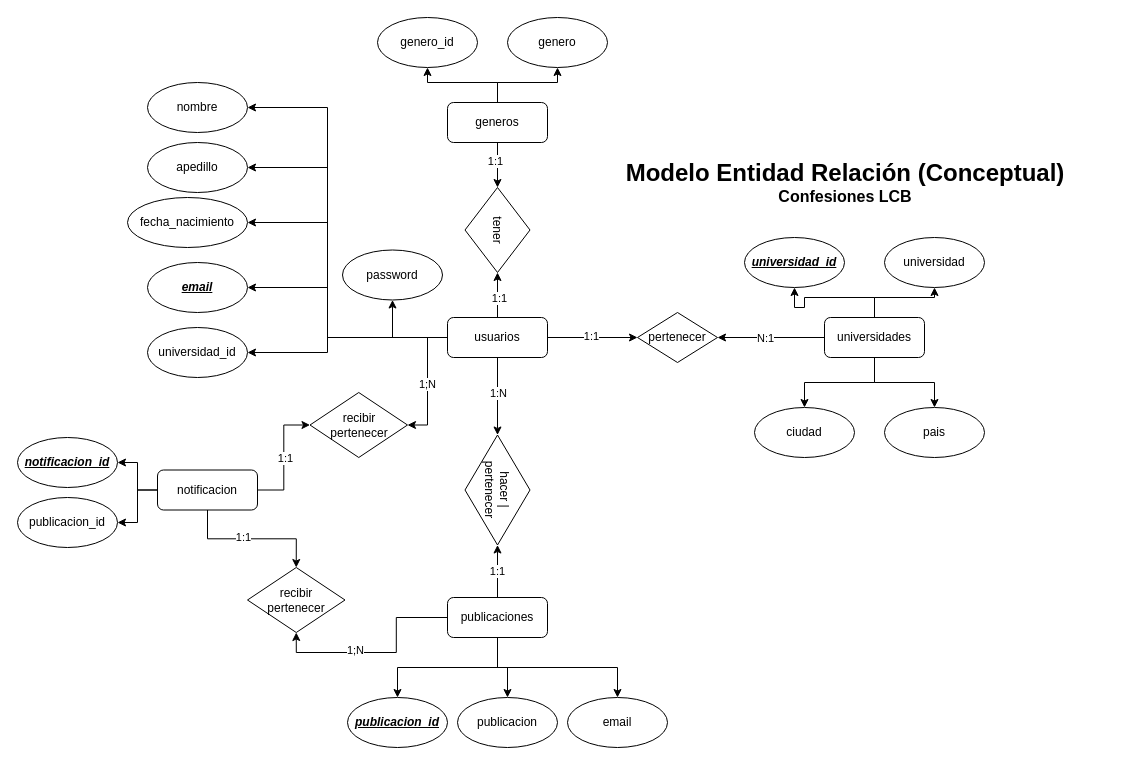
The draw.io diagram Modelo_RL_confesionesLCB.drawio in sergioromero2k/2K_CodeConfessionsLCB, before the edit. Source tidied: cells renumbered, new cells numbered last; positions are measured from the earlier drawing's top-left corner, leaving out a move shared by most shapes. Both pictures are drawn from the tidied source at 100%, with x=0, y=0 at pixel (17, 17).
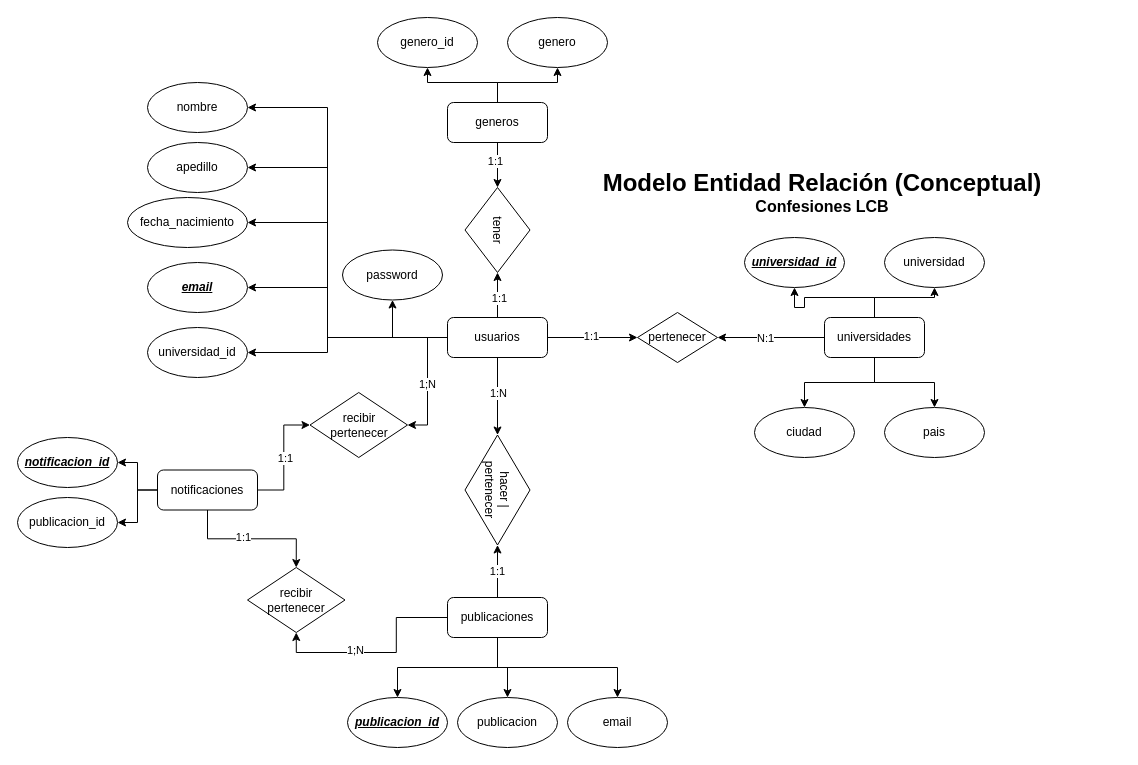
The same diagram, later.

The edit, as a diff of the source:
```diff
@@
-    <mxCell id="43" value="notificacion" style="rounded=1;whiteSpace=wrap;html=1;" parent="1" vertex="1">
+    <mxCell id="43" value="notificaciones" style="rounded=1;whiteSpace=wrap;html=1;" parent="1" vertex="1">
       <mxGeometry x="140" y="452.5" width="100" height="40" as="geometry" />
     </mxCell>
@@
     <mxCell id="58" value="&lt;b&gt;&lt;font style=&quot;font-size: 24px;&quot;&gt;Modelo Entidad Relación (Conceptual)&lt;/font&gt;&lt;/b&gt;&lt;div&gt;&lt;b&gt;&lt;font size=&quot;3&quot; style=&quot;&quot;&gt;Confesiones LCB&lt;/font&gt;&lt;/b&gt;&lt;/div&gt;" style="text;html=1;align=center;verticalAlign=middle;whiteSpace=wrap;rounded=0;" parent="1" vertex="1">
-      <mxGeometry x="553" y="150" width="550" height="30" as="geometry" />
+      <mxGeometry x="530" y="160" width="550" height="30" as="geometry" />
     </mxCell>
```
